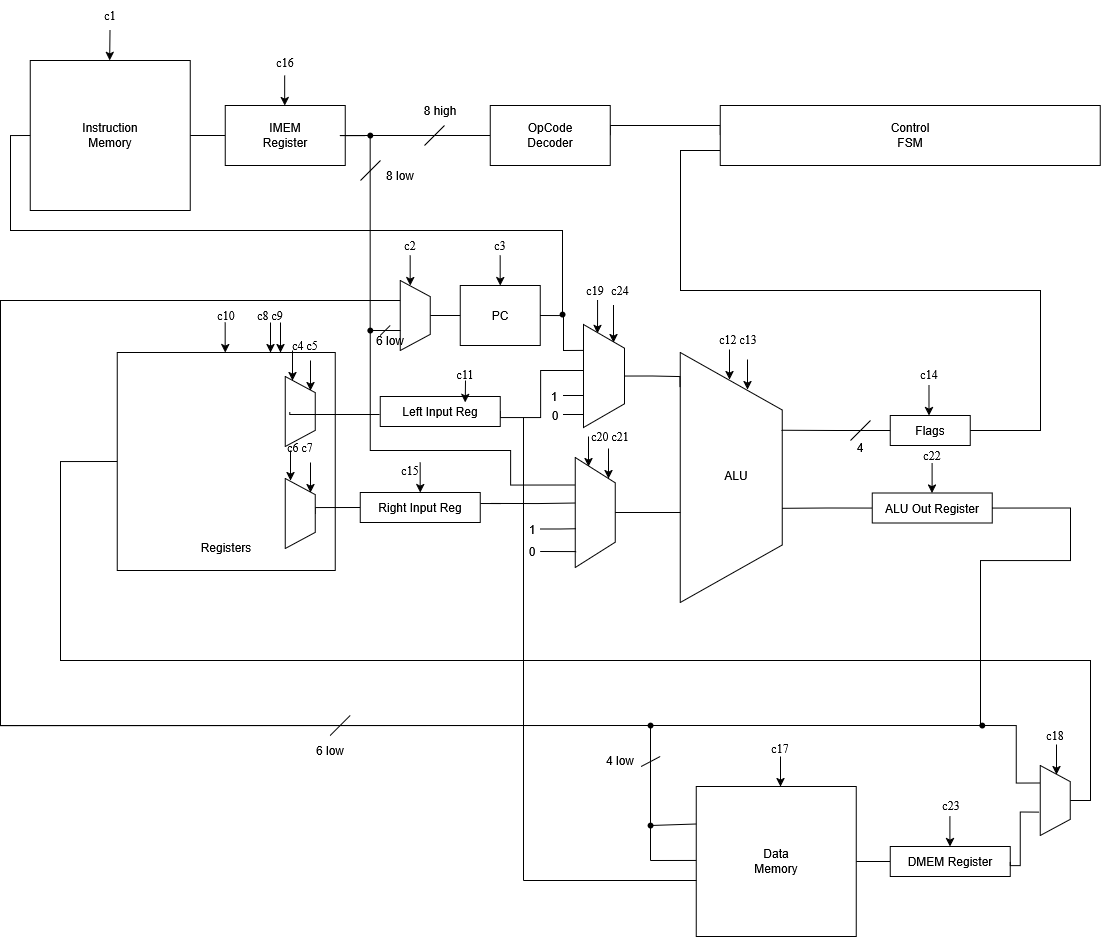
Earlier version of the draw.io export i281_multicycle/Images/Multicycle_Datapath.png (jjbel/i281_cpu). Source tidied: cells renumbered, new cells last; positions are measured from the earlier drawing's top-left corner, leaving out a move shared by most shapes.
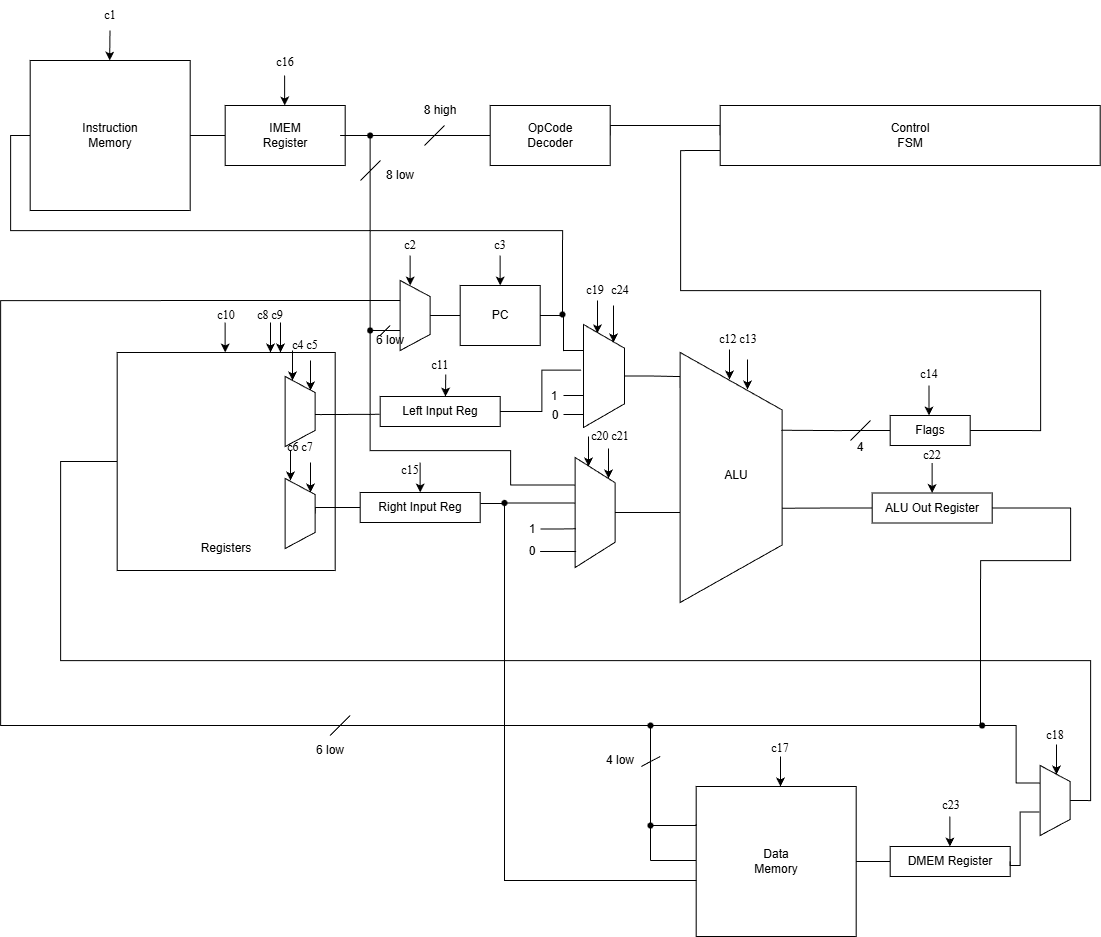
Above is the later version.

The edit, as a diff of the source:
```diff
@@ -41,22 +41,11 @@
     <mxCell id="11" style="verticalLabelPosition=middle;verticalAlign=middle;html=1;shape=trapezoid;perimeter=trapezoidPerimeter;whiteSpace=wrap;size=0.23;arcSize=10;flipV=1;labelPosition=center;align=center;rotation=-90;" parent="1" vertex="1">
       <mxGeometry x="264.7" y="498" width="70" height="30" as="geometry" />
     </mxCell>
-    <mxCell id="12" style="edgeStyle=orthogonalEdgeStyle;rounded=0;jettySize=auto;html=1;exitX=1;exitY=0.5;exitDx=0;exitDy=0;entryX=0.533;entryY=0.954;entryDx=0;entryDy=0;endArrow=none;endFill=0;entryPerimeter=0;" parent="1" edge="1" source="13" target="124">
-      <mxGeometry relative="1" as="geometry">
-        <Array as="points">
-          <mxPoint x="540" y="417" />
-          <mxPoint x="540" y="370" />
-          <mxPoint x="583" y="370" />
-          <mxPoint x="583" y="372" />
-        </Array>
-      </mxGeometry>
-    </mxCell>
     <mxCell id="13" value="Left Input Reg" style="rounded=0;whiteSpace=wrap;html=1;" parent="1" vertex="1">
       <mxGeometry x="379.7" y="396" width="120" height="30" as="geometry" />
     </mxCell>
-    <mxCell id="14" style="edgeStyle=orthogonalEdgeStyle;rounded=0;jettySize=auto;html=1;entryX=0.586;entryY=0.965;entryDx=0;entryDy=0;entryPerimeter=0;endArrow=none;endFill=0;" parent="1" edge="1" target="18">
+    <mxCell id="14" style="edgeStyle=orthogonalEdgeStyle;rounded=0;jettySize=auto;html=1;entryX=0.586;entryY=0.965;entryDx=0;entryDy=0;entryPerimeter=0;endArrow=none;endFill=0;" parent="1" edge="1" source="134" target="18">
       <mxGeometry relative="1" as="geometry">
-        <mxPoint x="490" y="503" as="sourcePoint" />
         <Array as="points">
           <mxPoint x="537" y="503" />
         </Array>
@@ -312,8 +301,8 @@
     </mxCell>
     <mxCell id="67" style="endArrow=classic;html=1;rounded=0;" parent="1" edge="1">
       <mxGeometry relative="1" as="geometry">
-        <mxPoint x="465" y="380" as="sourcePoint" />
-        <mxPoint x="464.8" y="402" as="targetPoint" />
+        <mxPoint x="445.2" y="374" as="sourcePoint" />
+        <mxPoint x="445" y="396" as="targetPoint" />
       </mxGeometry>
     </mxCell>
     <mxCell id="68" style="endArrow=classic;html=1;rounded=0;" parent="1" edge="1">
@@ -394,12 +383,11 @@
         <mxPoint x="780" y="786" as="targetPoint" />
       </mxGeometry>
     </mxCell>
-    <mxCell id="81" style="edgeStyle=orthogonalEdgeStyle;rounded=0;jettySize=auto;html=1;exitX=0.5;exitY=1;exitDx=0;exitDy=0;entryX=-0.005;entryY=0.593;entryDx=0;entryDy=0;entryPerimeter=0;endArrow=none;endFill=0;" parent="1" edge="1" target="13">
+    <mxCell id="81" style="edgeStyle=orthogonalEdgeStyle;rounded=0;jettySize=auto;html=1;entryX=-0.005;entryY=0.593;entryDx=0;entryDy=0;entryPerimeter=0;endArrow=none;endFill=0;" parent="1" edge="1" target="13">
       <mxGeometry relative="1" as="geometry">
-        <mxPoint x="289.3" y="411.2" as="sourcePoint" />
+        <mxPoint x="315" y="414" as="sourcePoint" />
         <Array as="points">
-          <mxPoint x="289" y="414" />
-          <mxPoint x="379" y="414" />
+          <mxPoint x="320" y="414" />
         </Array>
       </mxGeometry>
     </mxCell>
@@ -483,7 +471,7 @@
       <mxGeometry x="390" y="235" width="40" height="20" as="geometry" />
     </mxCell>
     <mxCell id="102" value="c11" style="text;html=1;whiteSpace=wrap;strokeColor=none;fillColor=none;align=center;verticalAlign=middle;rounded=0;fontFamily=Times New Roman;fontSize=12;fontColor=light-dark(#000000,#FF0000);" parent="1" vertex="1">
-      <mxGeometry x="445" y="364" width="40" height="20" as="geometry" />
+      <mxGeometry x="419.7" y="355" width="40" height="20" as="geometry" />
     </mxCell>
     <mxCell id="103" value="c15" style="text;html=1;whiteSpace=wrap;strokeColor=none;fillColor=none;align=center;verticalAlign=middle;rounded=0;fontFamily=Times New Roman;fontSize=12;fontColor=light-dark(#000000,#FF0000);" parent="1" vertex="1">
       <mxGeometry x="390" y="460" width="40" height="20" as="geometry" />
@@ -623,17 +611,24 @@
     <mxCell id="130" value="0" style="text;html=1;whiteSpace=wrap;strokeColor=none;fillColor=none;align=center;verticalAlign=middle;rounded=0;" parent="1" vertex="1">
       <mxGeometry x="535" y="408" width="40" height="13" as="geometry" />
     </mxCell>
-    <mxCell id="131" style="endArrow=none;html=1;rounded=0;" parent="1" edge="1">
-      <mxGeometry relative="1" as="geometry">
-        <mxPoint x="523" y="880" as="sourcePoint" />
-        <mxPoint x="523" y="417" as="targetPoint" />
-      </mxGeometry>
-    </mxCell>
-    <mxCell id="132" style="endArrow=none;html=1;rounded=0;" parent="1" edge="1">
+    <mxCell id="132" style="endArrow=none;html=1;rounded=0;exitX=0.289;exitY=0.445;exitDx=0;exitDy=0;exitPerimeter=0;" parent="1" edge="1" source="134">
       <mxGeometry relative="1" as="geometry">
-        <mxPoint x="523" y="880" as="sourcePoint" />
         <mxPoint x="696" y="880" as="targetPoint" />
+        <Array as="points">
+          <mxPoint x="504" y="880" />
+        </Array>
       </mxGeometry>
     </mxCell>
+    <mxCell id="133" style="edgeStyle=orthogonalEdgeStyle;rounded=0;jettySize=auto;html=1;entryDx=0;entryDy=0;entryPerimeter=0;endArrow=none;endFill=0;" parent="1" edge="1" target="134">
+      <mxGeometry relative="1" as="geometry">
+        <mxPoint x="490" y="503" as="sourcePoint" />
+      </mxGeometry>
+    </mxCell>
+    <mxCell id="134" style="shape=waypoint;sketch=0;size=6;points=[];fillColor=none;perimeter=centerPerimeter;snapToPoint=1;" parent="1" vertex="1">
+      <mxGeometry x="494" y="492.5" width="20" height="20" as="geometry" />
+    </mxCell>
+    <mxCell id="12" style="edgeStyle=orthogonalEdgeStyle;rounded=0;jettySize=auto;html=1;exitX=1;exitY=0.5;exitDx=0;exitDy=0;entryX=0.557;entryY=1.057;entryDx=0;entryDy=0;entryPerimeter=0;endArrow=none;endFill=0;" parent="1" edge="1" source="13" target="124">
+      <mxGeometry relative="1" as="geometry" />
+    </mxCell>
   </root>
 </mxGraphModel>
```
